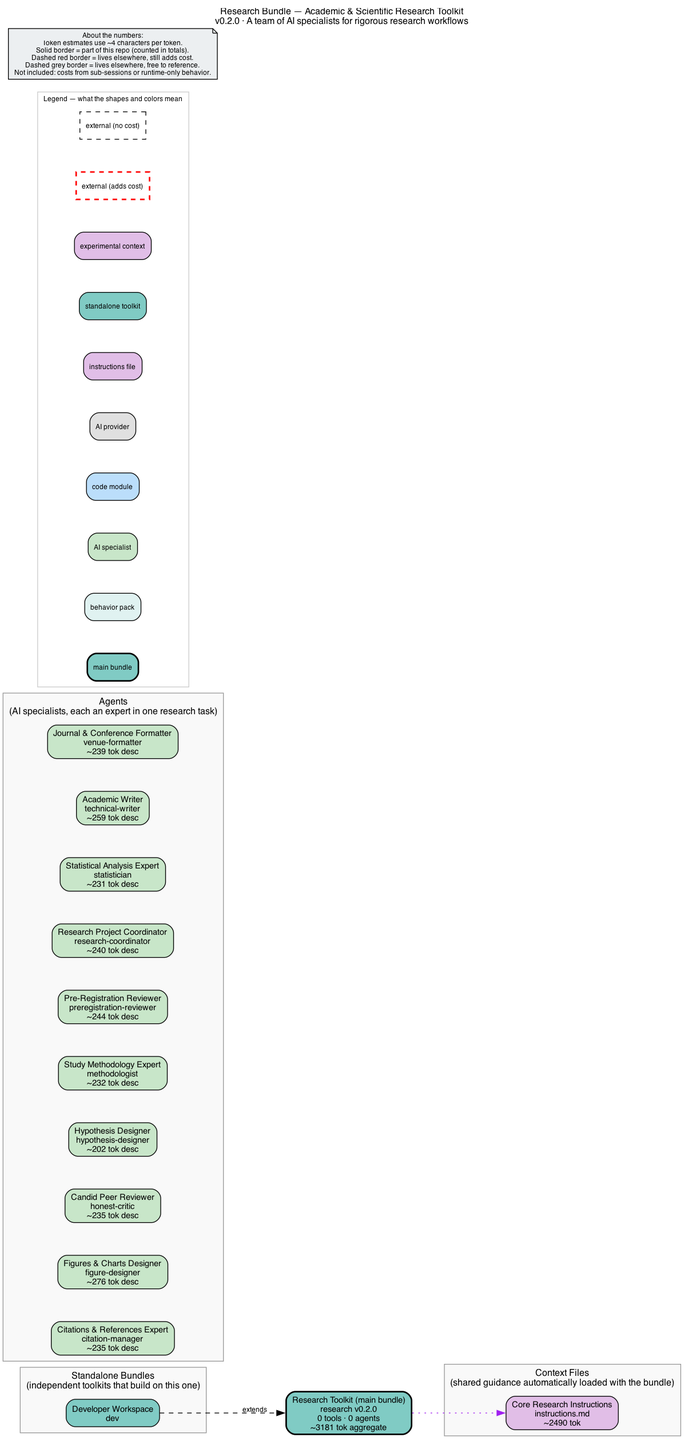
The Graphviz diagram bundle.png in michaeljabbour/amplifier-bundle-research, before a commit. Its source is kept beside it as bundle.dot. Its diagram source:
```dot
digraph research {
    rankdir=LR
    fontname="Helvetica"
    fontsize=12
    label="Research Bundle — Academic & Scientific Research Toolkit\nv0.2.0 · A team of AI specialists for rigorous research workflows"
    labelloc=t
    labeljust=c
    nodesep=0.6
    ranksep=0.7
    bgcolor="white"
    source_hash="53f2318092cb8acf41bb911c596b34201612735fb65a93e7e863ab8a73405163"

    node [fontname="Helvetica", fontsize=11, style="filled,rounded"]
    edge [fontname="Helvetica", fontsize=9]

    root_research [label="Research Toolkit (main bundle)\nresearch v0.2.0\n0 tools · 0 agents\n~3181 tok aggregate", shape=box, fillcolor="#80cbc4", style="filled,rounded,bold", penwidth=2]

    subgraph cluster_standalones {
        label="Standalone Bundles\n(independent toolkits that build on this one)"
        style="filled"
        fillcolor="#f9f9f9"
        color="#999999"

        sta_dev [label="Developer Workspace\ndev", shape=box, fillcolor="#80cbc4", style="filled,rounded"]
    }

    subgraph cluster_agents {
        label="Agents\n(AI specialists, each an expert in one research task)"
        style="filled"
        fillcolor="#f9f9f9"
        color="#999999"

        agt_citation_manager [label="Citations & References Expert\ncitation-manager\n~235 tok desc", shape=box, fillcolor="#c8e6c9", style="filled,rounded"]
        agt_figure_designer [label="Figures & Charts Designer\nfigure-designer\n~276 tok desc", shape=box, fillcolor="#c8e6c9", style="filled,rounded"]
        agt_honest_critic [label="Candid Peer Reviewer\nhonest-critic\n~235 tok desc", shape=box, fillcolor="#c8e6c9", style="filled,rounded"]
        agt_hypothesis_designer [label="Hypothesis Designer\nhypothesis-designer\n~202 tok desc", shape=box, fillcolor="#c8e6c9", style="filled,rounded"]
        agt_methodologist [label="Study Methodology Expert\nmethodologist\n~232 tok desc", shape=box, fillcolor="#c8e6c9", style="filled,rounded"]
        agt_preregistration_reviewer [label="Pre-Registration Reviewer\npreregistration-reviewer\n~244 tok desc", shape=box, fillcolor="#c8e6c9", style="filled,rounded"]
        agt_research_coordinator [label="Research Project Coordinator\nresearch-coordinator\n~240 tok desc", shape=box, fillcolor="#c8e6c9", style="filled,rounded"]
        agt_statistician [label="Statistical Analysis Expert\nstatistician\n~231 tok desc", shape=box, fillcolor="#c8e6c9", style="filled,rounded"]
        agt_technical_writer [label="Academic Writer\ntechnical-writer\n~259 tok desc", shape=box, fillcolor="#c8e6c9", style="filled,rounded"]
        agt_venue_formatter [label="Journal & Conference Formatter\nvenue-formatter\n~239 tok desc", shape=box, fillcolor="#c8e6c9", style="filled,rounded"]
    }

    subgraph cluster_context {
        label="Context Files\n(shared guidance automatically loaded with the bundle)"
        style="filled"
        fillcolor="#f9f9f9"
        color="#999999"

        ctx_instructions_md [label="Core Research Instructions\ninstructions.md\n~2490 tok", shape=box, fillcolor="#e1bee7", style="filled,rounded"]
    }

    subgraph cluster_legend {
        label="Legend — what the shapes and colors mean"
        style="filled"
        fillcolor="white"
        color="#cccccc"
        fontsize=9

        leg_root [label="main bundle", shape=box, fillcolor="#80cbc4", style="filled,rounded,bold", fontsize=9]
        leg_behavior [label="behavior pack", shape=box, fillcolor="#e0f2f1", style="filled,rounded", fontsize=9]
        leg_agent [label="AI specialist", shape=box, fillcolor="#c8e6c9", style="filled,rounded", fontsize=9]
        leg_module [label="code module", shape=box, fillcolor="#bbdefb", style="filled,rounded", fontsize=9]
        leg_provider [label="AI provider", shape=box, fillcolor="#e0e0e0", style="filled,rounded", fontsize=9]
        leg_context [label="instructions file", shape=box, fillcolor="#e1bee7", style="filled,rounded", fontsize=9]
        leg_standalone [label="standalone toolkit", shape=box, fillcolor="#80cbc4", style="filled,rounded", fontsize=9]
        leg_experiment [label="experimental context", shape=box, fillcolor="#e1bee7", style="filled,rounded", fontsize=9]
        leg_ext_cost [label="external (adds cost)", shape=box, fillcolor="#80cbc4", style="dashed", color="red", penwidth=2, fontsize=9]
        leg_ext_muted [label="external (no cost)", shape=box, fillcolor="#f5f5f5", style="dashed", fontsize=9]
    }

    disclaimer [label="About the numbers:\nToken estimates use ~4 characters per token.\nSolid border = part of this repo (counted in totals).\nDashed red border = lives elsewhere, still adds cost.\nDashed grey border = lives elsewhere, free to reference.\nNot included: costs from sub-sessions or runtime-only behavior.", shape=note, fillcolor="#eceff1", style="filled", fontsize=9]


    root_research -> ctx_instructions_md [style=dotted, color=purple]
    sta_dev -> root_research [label="extends", style=dashed]
}
```
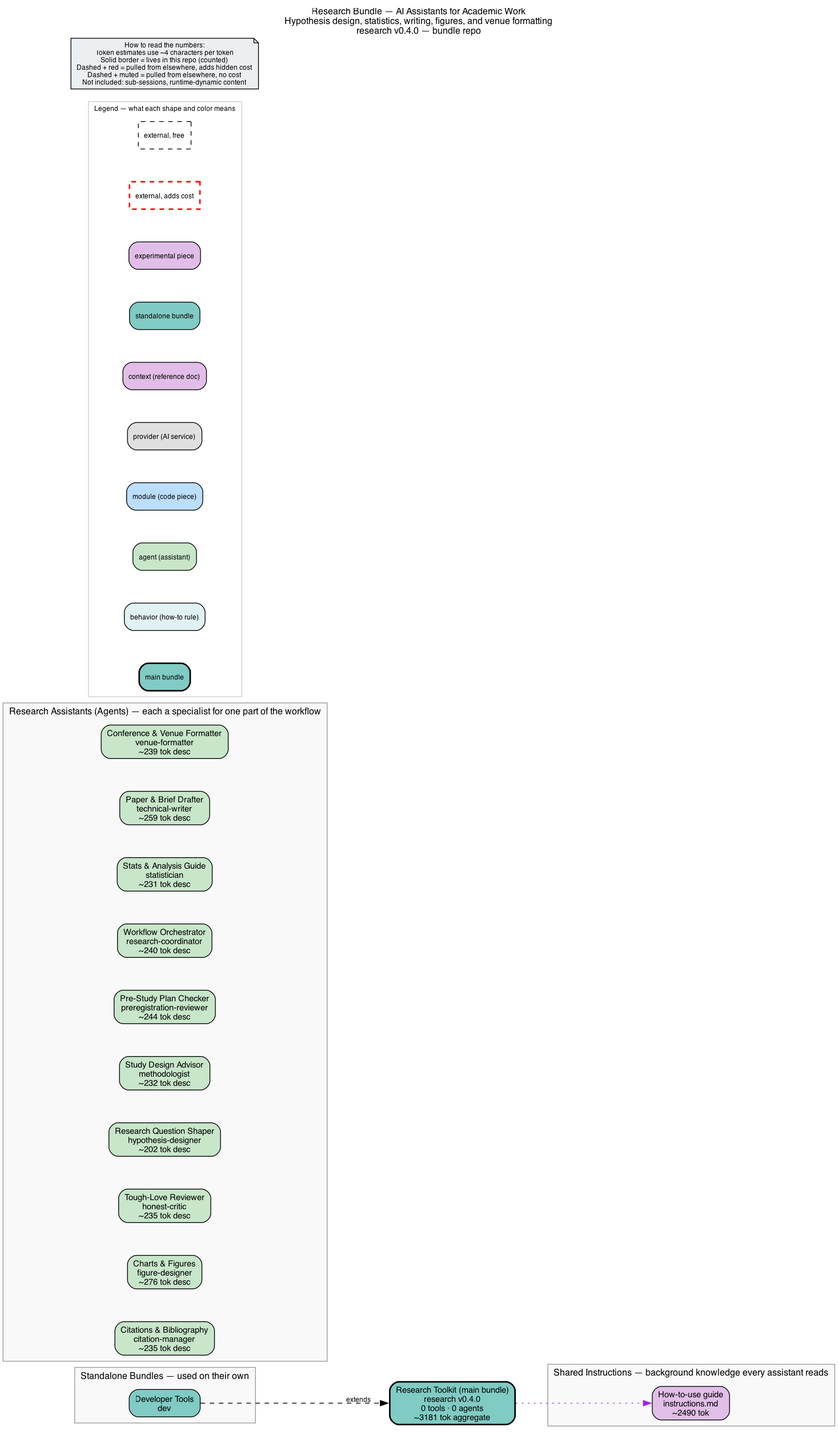
The same file after the commit.

What changed in the source:
```diff
@@ -2,75 +2,75 @@
     rankdir=LR
     fontname="Helvetica"
     fontsize=12
-    label="Research Bundle — Academic & Scientific Research Toolkit\nv0.2.0 · A team of AI specialists for rigorous research workflows"
+    label="Research Bundle — AI Assistants for Academic Work\nHypothesis design, statistics, writing, figures, and venue formatting\nresearch v0.4.0 — bundle repo"
     labelloc=t
     labeljust=c
     nodesep=0.6
     ranksep=0.7
     bgcolor="white"
-    source_hash="53f2318092cb8acf41bb911c596b34201612735fb65a93e7e863ab8a73405163"
+    source_hash="60adc5c8bcdba6db8a4e87b908d5cdbd39299f4697e5ba0d91f54df8216b362c"
 
     node [fontname="Helvetica", fontsize=11, style="filled,rounded"]
     edge [fontname="Helvetica", fontsize=9]
 
-    root_research [label="Research Toolkit (main bundle)\nresearch v0.2.0\n0 tools · 0 agents\n~3181 tok aggregate", shape=box, fillcolor="#80cbc4", style="filled,rounded,bold", penwidth=2]
+    root_research [label="Research Toolkit (main bundle)\nresearch v0.4.0\n0 tools · 0 agents\n~3181 tok aggregate", shape=box, fillcolor="#80cbc4", style="filled,rounded,bold", penwidth=2]
 
     subgraph cluster_standalones {
-        label="Standalone Bundles\n(independent toolkits that build on this one)"
+        label="Standalone Bundles — used on their own"
         style="filled"
         fillcolor="#f9f9f9"
         color="#999999"
 
-        sta_dev [label="Developer Workspace\ndev", shape=box, fillcolor="#80cbc4", style="filled,rounded"]
+        sta_dev [label="Developer Tools\ndev", shape=box, fillcolor="#80cbc4", style="filled,rounded"]
     }
 
     subgraph cluster_agents {
-        label="Agents\n(AI specialists, each an expert in one research task)"
+        label="Research Assistants (Agents) — each a specialist for one part of the workflow"
         style="filled"
         fillcolor="#f9f9f9"
         color="#999999"
 
-        agt_citation_manager [label="Citations & References Expert\ncitation-manager\n~235 tok desc", shape=box, fillcolor="#c8e6c9", style="filled,rounded"]
-        agt_figure_designer [label="Figures & Charts Designer\nfigure-designer\n~276 tok desc", shape=box, fillcolor="#c8e6c9", style="filled,rounded"]
-        agt_honest_critic [label="Candid Peer Reviewer\nhonest-critic\n~235 tok desc", shape=box, fillcolor="#c8e6c9", style="filled,rounded"]
-        agt_hypothesis_designer [label="Hypothesis Designer\nhypothesis-designer\n~202 tok desc", shape=box, fillcolor="#c8e6c9", style="filled,rounded"]
-        agt_methodologist [label="Study Methodology Expert\nmethodologist\n~232 tok desc", shape=box, fillcolor="#c8e6c9", style="filled,rounded"]
-        agt_preregistration_reviewer [label="Pre-Registration Reviewer\npreregistration-reviewer\n~244 tok desc", shape=box, fillcolor="#c8e6c9", style="filled,rounded"]
-        agt_research_coordinator [label="Research Project Coordinator\nresearch-coordinator\n~240 tok desc", shape=box, fillcolor="#c8e6c9", style="filled,rounded"]
-        agt_statistician [label="Statistical Analysis Expert\nstatistician\n~231 tok desc", shape=box, fillcolor="#c8e6c9", style="filled,rounded"]
-        agt_technical_writer [label="Academic Writer\ntechnical-writer\n~259 tok desc", shape=box, fillcolor="#c8e6c9", style="filled,rounded"]
-        agt_venue_formatter [label="Journal & Conference Formatter\nvenue-formatter\n~239 tok desc", shape=box, fillcolor="#c8e6c9", style="filled,rounded"]
+        agt_citation_manager [label="Citations & Bibliography\ncitation-manager\n~235 tok desc", shape=box, fillcolor="#c8e6c9", style="filled,rounded"]
+        agt_figure_designer [label="Charts & Figures\nfigure-designer\n~276 tok desc", shape=box, fillcolor="#c8e6c9", style="filled,rounded"]
+        agt_honest_critic [label="Tough-Love Reviewer\nhonest-critic\n~235 tok desc", shape=box, fillcolor="#c8e6c9", style="filled,rounded"]
+        agt_hypothesis_designer [label="Research Question Shaper\nhypothesis-designer\n~202 tok desc", shape=box, fillcolor="#c8e6c9", style="filled,rounded"]
+        agt_methodologist [label="Study Design Advisor\nmethodologist\n~232 tok desc", shape=box, fillcolor="#c8e6c9", style="filled,rounded"]
+        agt_preregistration_reviewer [label="Pre-Study Plan Checker\npreregistration-reviewer\n~244 tok desc", shape=box, fillcolor="#c8e6c9", style="filled,rounded"]
+        agt_research_coordinator [label="Workflow Orchestrator\nresearch-coordinator\n~240 tok desc", shape=box, fillcolor="#c8e6c9", style="filled,rounded"]
+        agt_statistician [label="Stats & Analysis Guide\nstatistician\n~231 tok desc", shape=box, fillcolor="#c8e6c9", style="filled,rounded"]
+        agt_technical_writer [label="Paper & Brief Drafter\ntechnical-writer\n~259 tok desc", shape=box, fillcolor="#c8e6c9", style="filled,rounded"]
+        agt_venue_formatter [label="Conference & Venue Formatter\nvenue-formatter\n~239 tok desc", shape=box, fillcolor="#c8e6c9", style="filled,rounded"]
     }
 
     subgraph cluster_context {
-        label="Context Files\n(shared guidance automatically loaded with the bundle)"
+        label="Shared Instructions — background knowledge every assistant reads"
         style="filled"
         fillcolor="#f9f9f9"
         color="#999999"
 
-        ctx_instructions_md [label="Core Research Instructions\ninstructions.md\n~2490 tok", shape=box, fillcolor="#e1bee7", style="filled,rounded"]
+        ctx_instructions_md [label="How-to-use guide\ninstructions.md\n~2490 tok", shape=box, fillcolor="#e1bee7", style="filled,rounded"]
     }
 
     subgraph cluster_legend {
-        label="Legend — what the shapes and colors mean"
+        label="Legend — what each shape and color means"
         style="filled"
         fillcolor="white"
         color="#cccccc"
         fontsize=9
 
         leg_root [label="main bundle", shape=box, fillcolor="#80cbc4", style="filled,rounded,bold", fontsize=9]
-        leg_behavior [label="behavior pack", shape=box, fillcolor="#e0f2f1", style="filled,rounded", fontsize=9]
-        leg_agent [label="AI specialist", shape=box, fillcolor="#c8e6c9", style="filled,rounded", fontsize=9]
-        leg_module [label="code module", shape=box, fillcolor="#bbdefb", style="filled,rounded", fontsize=9]
-        leg_provider [label="AI provider", shape=box, fillcolor="#e0e0e0", style="filled,rounded", fontsize=9]
-        leg_context [label="instructions file", shape=box, fillcolor="#e1bee7", style="filled,rounded", fontsize=9]
-        leg_standalone [label="standalone toolkit", shape=box, fillcolor="#80cbc4", style="filled,rounded", fontsize=9]
-        leg_experiment [label="experimental context", shape=box, fillcolor="#e1bee7", style="filled,rounded", fontsize=9]
-        leg_ext_cost [label="external (adds cost)", shape=box, fillcolor="#80cbc4", style="dashed", color="red", penwidth=2, fontsize=9]
-        leg_ext_muted [label="external (no cost)", shape=box, fillcolor="#f5f5f5", style="dashed", fontsize=9]
+        leg_behavior [label="behavior (how-to rule)", shape=box, fillcolor="#e0f2f1", style="filled,rounded", fontsize=9]
+        leg_agent [label="agent (assistant)", shape=box, fillcolor="#c8e6c9", style="filled,rounded", fontsize=9]
+        leg_module [label="module (code piece)", shape=box, fillcolor="#bbdefb", style="filled,rounded", fontsize=9]
+        leg_provider [label="provider (AI service)", shape=box, fillcolor="#e0e0e0", style="filled,rounded", fontsize=9]
+        leg_context [label="context (reference doc)", shape=box, fillcolor="#e1bee7", style="filled,rounded", fontsize=9]
+        leg_standalone [label="standalone bundle", shape=box, fillcolor="#80cbc4", style="filled,rounded", fontsize=9]
+        leg_experiment [label="experimental piece", shape=box, fillcolor="#e1bee7", style="filled,rounded", fontsize=9]
+        leg_ext_cost [label="external, adds cost", shape=box, fillcolor="#80cbc4", style="dashed", color="red", penwidth=2, fontsize=9]
+        leg_ext_muted [label="external, free", shape=box, fillcolor="#f5f5f5", style="dashed", fontsize=9]
     }
 
-    disclaimer [label="About the numbers:\nToken estimates use ~4 characters per token.\nSolid border = part of this repo (counted in totals).\nDashed red border = lives elsewhere, still adds cost.\nDashed grey border = lives elsewhere, free to reference.\nNot included: costs from sub-sessions or runtime-only behavior.", shape=note, fillcolor="#eceff1", style="filled", fontsize=9]
+    disclaimer [label="How to read the numbers:\nToken estimates use ~4 characters per token\nSolid border = lives in this repo (counted)\nDashed + red = pulled from elsewhere, adds hidden cost\nDashed + muted = pulled from elsewhere, no cost\nNot included: sub-sessions, runtime-dynamic content", shape=note, fillcolor="#eceff1", style="filled", fontsize=9]
 
 
     root_research -> ctx_instructions_md [style=dotted, color=purple]
```
